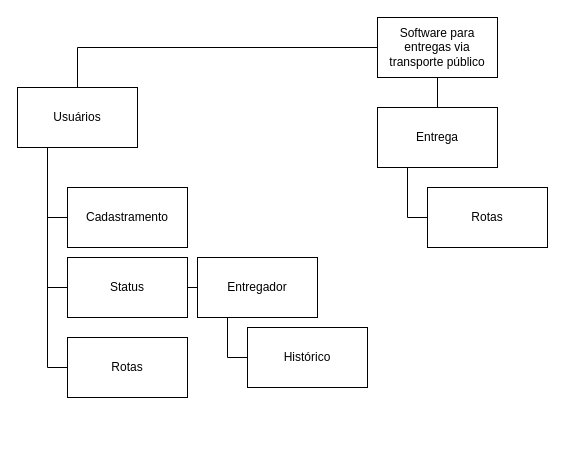
bruniculos08/SOFT003 keeps this draw.io diagram as EAP.drawio. Above is the earlier version. Source tidied: cells renumbered, new cells numbered last; positions are measured from the earlier drawing's top-left corner, leaving out a move shared by most shapes. Both pictures are drawn from the tidied source at 100%, with x=0, y=0 at pixel (17, 17).
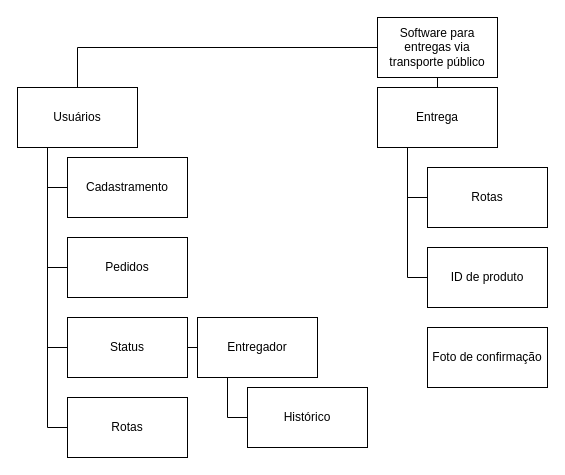
The same page after the edit.

The change refers to these unchanged cells:
```xml
<mxCell id="8" value="Usuários" style="rounded=0;whiteSpace=wrap;html=1;" parent="1" vertex="1">
  <mxGeometry y="70" width="120" height="60" as="geometry" />
</mxCell>
```

The edit, as a diff of the source:
```diff
@@
+    <mxCell id="19" style="edgeStyle=orthogonalEdgeStyle;rounded=0;jettySize=auto;html=1;exitX=0.25;exitY=1;exitDx=0;exitDy=0;entryX=0;entryY=0.5;entryDx=0;entryDy=0;endArrow=none;endFill=0;" parent="1" edge="1" source="8" target="21">
+      <mxGeometry relative="1" as="geometry" />
+    </mxCell>
@@
     <mxCell id="9" value="Cadastramento" style="rounded=0;whiteSpace=wrap;html=1;" parent="1" vertex="1">
-      <mxGeometry x="50" y="170" width="120" height="60" as="geometry" />
+      <mxGeometry x="50" y="140" width="120" height="60" as="geometry" />
     </mxCell>
@@
     <mxCell id="11" value="Status" style="rounded=0;whiteSpace=wrap;html=1;" parent="1" vertex="1">
-      <mxGeometry x="50" y="240" width="120" height="60" as="geometry" />
+      <mxGeometry x="50" y="300" width="120" height="60" as="geometry" />
     </mxCell>
@@
     <mxCell id="13" value="Entregador" style="rounded=0;whiteSpace=wrap;html=1;" parent="1" vertex="1">
-      <mxGeometry x="180" y="240" width="120" height="60" as="geometry" />
+      <mxGeometry x="180" y="300" width="120" height="60" as="geometry" />
     </mxCell>
     <mxCell id="14" value="Histórico" style="rounded=0;whiteSpace=wrap;html=1;" parent="1" vertex="1">
-      <mxGeometry x="230" y="310" width="120" height="60" as="geometry" />
+      <mxGeometry x="230" y="370" width="120" height="60" as="geometry" />
     </mxCell>
@@
+    <mxCell id="20" style="edgeStyle=orthogonalEdgeStyle;rounded=0;jettySize=auto;html=1;exitX=0.25;exitY=1;exitDx=0;exitDy=0;entryX=0;entryY=0.5;entryDx=0;entryDy=0;endArrow=none;endFill=0;" parent="1" edge="1" source="16" target="22">
+      <mxGeometry relative="1" as="geometry" />
+    </mxCell>
     <mxCell id="16" value="Entrega" style="rounded=0;whiteSpace=wrap;html=1;" parent="1" vertex="1">
-      <mxGeometry x="360" y="90" width="120" height="60" as="geometry" />
+      <mxGeometry x="360" y="70" width="120" height="60" as="geometry" />
     </mxCell>
     <mxCell id="17" value="Rotas" style="rounded=0;whiteSpace=wrap;html=1;" parent="1" vertex="1">
-      <mxGeometry x="50" y="320" width="120" height="60" as="geometry" />
+      <mxGeometry x="50" y="380" width="120" height="60" as="geometry" />
     </mxCell>
     <mxCell id="18" value="Rotas" style="rounded=0;whiteSpace=wrap;html=1;" parent="1" vertex="1">
-      <mxGeometry x="410" y="170" width="120" height="60" as="geometry" />
+      <mxGeometry x="410" y="150" width="120" height="60" as="geometry" />
     </mxCell>
+    <mxCell id="21" value="Pedidos" style="rounded=0;whiteSpace=wrap;html=1;" parent="1" vertex="1">
+      <mxGeometry x="50" y="220" width="120" height="60" as="geometry" />
+    </mxCell>
+    <mxCell id="22" value="ID de produto" style="rounded=0;whiteSpace=wrap;html=1;" parent="1" vertex="1">
+      <mxGeometry x="410" y="230" width="120" height="60" as="geometry" />
+    </mxCell>
+    <mxCell id="23" value="Foto de confirmação" style="rounded=0;whiteSpace=wrap;html=1;" parent="1" vertex="1">
+      <mxGeometry x="410" y="310" width="120" height="60" as="geometry" />
+    </mxCell>
```
